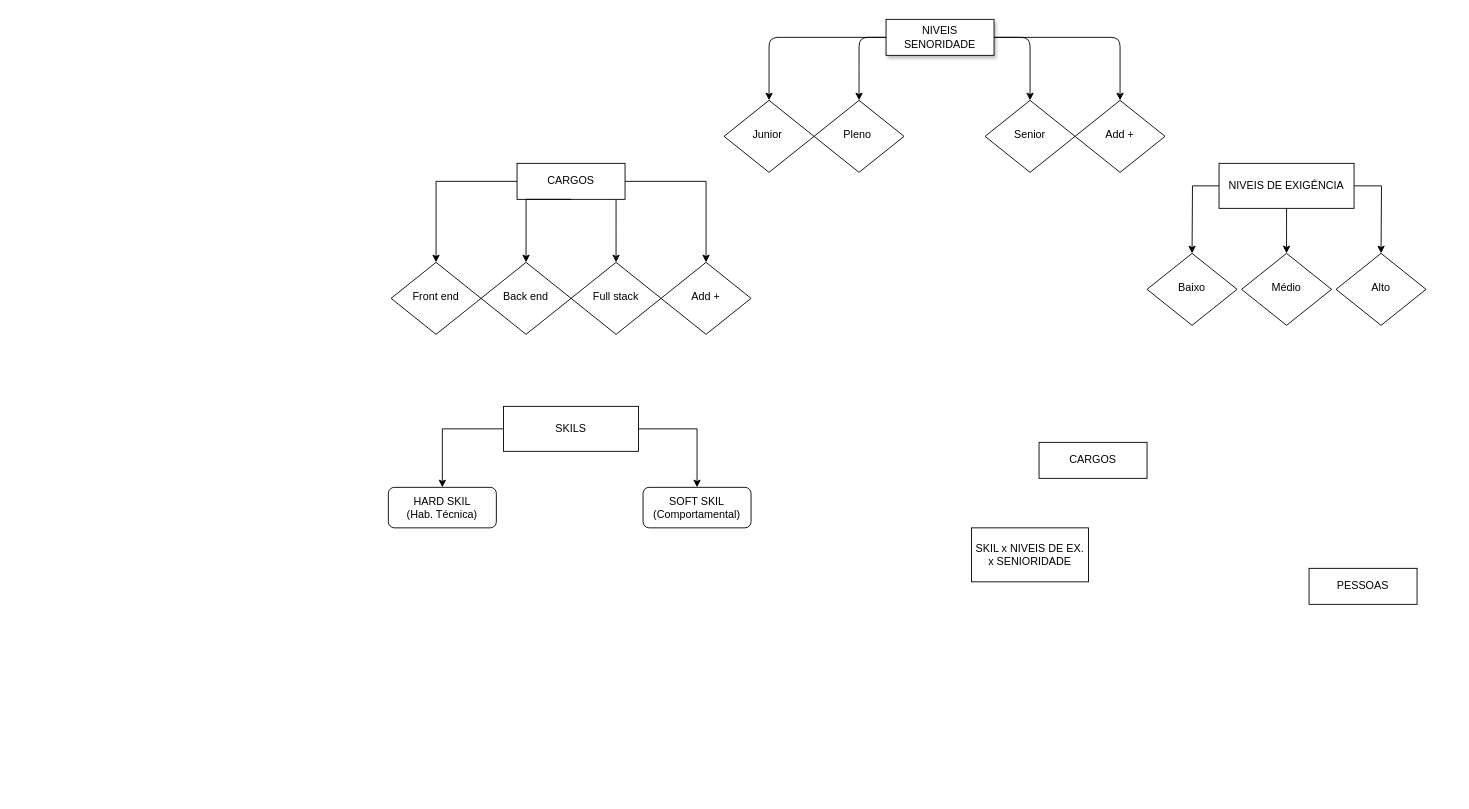
Above: Untitled Diagram.drawio in nat-1501/projeto-site (draw.io), before the change. Source tidied: cells renumbered, new cells numbered last; positions are measured from the earlier drawing's top-left corner, leaving out a move shared by most shapes. Both pictures are drawn from the tidied source at 90%, with x=0, y=0 at pixel (388, 19).
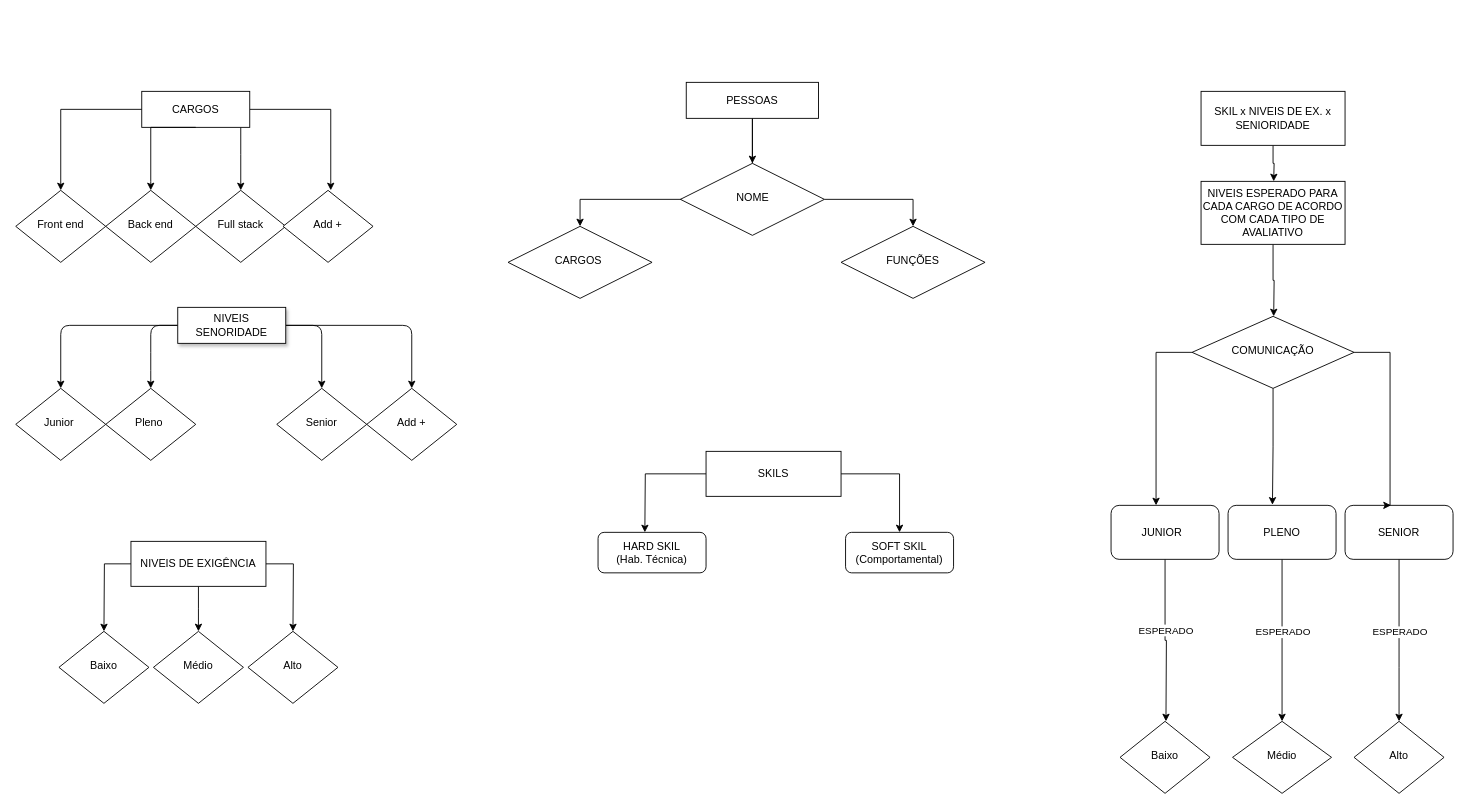
Above is the later version.

Commit message:
Criada todas as ER Diagram.drawio

Diff of the diagram source:
```diff
@@
-    <mxCell id="2" value="CARGOS" style="whiteSpace=wrap;html=1;fontSize=12;glass=0;strokeWidth=1;shadow=0;" parent="1" vertex="1">
-      <mxGeometry x="723" y="470" width="120" height="40" as="geometry" />
-    </mxCell>
     <mxCell id="3" style="edgeStyle=orthogonalEdgeStyle;curved=0;rounded=1;sketch=0;jettySize=auto;html=1;" parent="1" edge="1" source="7" target="17">
       <mxGeometry relative="1" as="geometry">
         <Array as="points">
-          <mxPoint x="423" y="20" />
+          <mxPoint x="-364" y="340" />
         </Array>
       </mxGeometry>
     </mxCell>
     <mxCell id="4" style="edgeStyle=orthogonalEdgeStyle;curved=0;rounded=1;sketch=0;jettySize=auto;html=1;" parent="1" edge="1" source="7" target="18">
       <mxGeometry relative="1" as="geometry">
         <Array as="points">
-          <mxPoint x="523" y="60" />
-          <mxPoint x="523" y="60" />
+          <mxPoint x="-264" y="380" />
+          <mxPoint x="-264" y="380" />
         </Array>
       </mxGeometry>
     </mxCell>
     <mxCell id="5" style="edgeStyle=orthogonalEdgeStyle;curved=0;rounded=1;sketch=0;jettySize=auto;html=1;exitX=1;exitY=0.5;exitDx=0;exitDy=0;entryX=0.5;entryY=0;entryDx=0;entryDy=0;" parent="1" edge="1" source="7" target="19">
       <mxGeometry relative="1" as="geometry">
         <Array as="points">
-          <mxPoint x="713" y="20" />
+          <mxPoint x="-74" y="340" />
         </Array>
       </mxGeometry>
     </mxCell>
@@
     <mxCell id="7" value="NIVEIS SENORIDADE" style="whiteSpace=wrap;html=1;fontSize=12;glass=0;strokeWidth=1;shadow=1;strokeColor=#000000;" parent="1" vertex="1">
-      <mxGeometry x="553" width="120" height="40" as="geometry" />
+      <mxGeometry x="-234" y="320" width="120" height="40" as="geometry" />
     </mxCell>
-    <mxCell id="8" style="edgeStyle=orthogonalEdgeStyle;rounded=0;jettySize=auto;html=1;exitX=0;exitY=0.5;exitDx=0;exitDy=0;entryX=0.5;entryY=0;entryDx=0;entryDy=0;" parent="1" edge="1" source="10" target="32">
-      <mxGeometry relative="1" as="geometry" />
+    <mxCell id="8" style="edgeStyle=orthogonalEdgeStyle;rounded=0;jettySize=auto;html=1;exitX=0;exitY=0.5;exitDx=0;exitDy=0;entryX=0.5;entryY=0;entryDx=0;entryDy=0;" parent="1" edge="1" source="10">
+      <mxGeometry relative="1" as="geometry">
+        <mxPoint x="285" y="570" as="targetPoint" />
+      </mxGeometry>
     </mxCell>
     <mxCell id="9" style="edgeStyle=orthogonalEdgeStyle;rounded=0;jettySize=auto;html=1;exitX=1;exitY=0.5;exitDx=0;exitDy=0;entryX=0.5;entryY=0;entryDx=0;entryDy=0;" parent="1" edge="1" source="10" target="31">
       <mxGeometry relative="1" as="geometry">
         <Array as="points">
-          <mxPoint x="343" y="455" />
+          <mxPoint x="568" y="505" />
         </Array>
       </mxGeometry>
     </mxCell>
     <mxCell id="10" value="SKILS" style="whiteSpace=wrap;html=1;fontSize=12;glass=0;strokeWidth=1;shadow=0;" parent="1" vertex="1">
-      <mxGeometry x="128" y="430" width="150" height="50" as="geometry" />
+      <mxGeometry x="353" y="480" width="150" height="50" as="geometry" />
     </mxCell>
     <mxCell id="11" style="edgeStyle=orthogonalEdgeStyle;rounded=0;jettySize=auto;html=1;exitX=0.5;exitY=1;exitDx=0;exitDy=0;" parent="1" edge="1" source="14">
       <mxGeometry relative="1" as="geometry">
-        <mxPoint x="998" y="260" as="targetPoint" />
+        <mxPoint x="-211" y="680" as="targetPoint" />
       </mxGeometry>
     </mxCell>
     <mxCell id="12" style="edgeStyle=orthogonalEdgeStyle;rounded=0;jettySize=auto;html=1;exitX=0;exitY=0.5;exitDx=0;exitDy=0;" parent="1" edge="1" source="14">
       <mxGeometry relative="1" as="geometry">
-        <mxPoint x="893" y="260" as="targetPoint" />
+        <mxPoint x="-316" y="680" as="targetPoint" />
       </mxGeometry>
     </mxCell>
     <mxCell id="13" style="edgeStyle=orthogonalEdgeStyle;rounded=0;jettySize=auto;html=1;exitX=1;exitY=0.5;exitDx=0;exitDy=0;" parent="1" edge="1" source="14">
       <mxGeometry relative="1" as="geometry">
-        <mxPoint x="1103" y="260" as="targetPoint" />
+        <mxPoint x="-106" y="680" as="targetPoint" />
       </mxGeometry>
     </mxCell>
     <mxCell id="14" value="NIVEIS DE EXIGÊNCIA" style="whiteSpace=wrap;html=1;fontSize=12;glass=0;strokeWidth=1;shadow=0;" parent="1" vertex="1">
-      <mxGeometry x="923" y="160" width="150" height="50" as="geometry" />
+      <mxGeometry x="-286" y="580" width="150" height="50" as="geometry" />
     </mxCell>
+    <mxCell id="36" style="edgeStyle=orthogonalEdgeStyle;rounded=0;jettySize=auto;html=1;entryX=0.5;entryY=0;entryDx=0;entryDy=0;" parent="1" edge="1" source="15" target="2">
+      <mxGeometry relative="1" as="geometry">
+        <Array as="points">
+          <mxPoint x="404" y="200" />
+          <mxPoint x="213" y="200" />
+        </Array>
+      </mxGeometry>
+    </mxCell>
+    <mxCell id="37" style="edgeStyle=orthogonalEdgeStyle;rounded=0;jettySize=auto;html=1;exitX=0.5;exitY=1;exitDx=0;exitDy=0;entryX=0.5;entryY=0;entryDx=0;entryDy=0;" parent="1" edge="1" source="15" target="60">
+      <mxGeometry relative="1" as="geometry" />
+    </mxCell>
     <mxCell id="15" value="PESSOAS" style="whiteSpace=wrap;html=1;fontSize=12;glass=0;strokeWidth=1;shadow=0;" parent="1" vertex="1">
-      <mxGeometry x="1023" y="610" width="120" height="40" as="geometry" />
+      <mxGeometry x="331" y="70" width="147" height="40" as="geometry" />
     </mxCell>
+    <mxCell id="38" style="edgeStyle=orthogonalEdgeStyle;rounded=0;jettySize=auto;html=1;exitX=0.5;exitY=1;exitDx=0;exitDy=0;" parent="1" edge="1" source="16">
+      <mxGeometry relative="1" as="geometry">
+        <mxPoint x="983.7" y="180" as="targetPoint" />
+      </mxGeometry>
+    </mxCell>
     <mxCell id="16" value="SKIL x NIVEIS DE EX. x SENIORIDADE" style="whiteSpace=wrap;html=1;fontSize=12;glass=0;strokeWidth=1;shadow=0;" parent="1" vertex="1">
-      <mxGeometry x="648" y="565" width="130" height="60" as="geometry" />
+      <mxGeometry x="903" y="80" width="160" height="60" as="geometry" />
     </mxCell>
     <mxCell id="17" value="Junior&amp;nbsp;" style="rhombus;whiteSpace=wrap;html=1;shadow=0;fontFamily=Helvetica;fontSize=12;align=center;strokeWidth=1;spacing=6;spacingTop=-4;" parent="1" vertex="1">
-      <mxGeometry x="373" y="90" width="100" height="80" as="geometry" />
+      <mxGeometry x="-414" y="410" width="100" height="80" as="geometry" />
     </mxCell>
     <mxCell id="18" value="Pleno&amp;nbsp;" style="rhombus;whiteSpace=wrap;html=1;shadow=0;fontFamily=Helvetica;fontSize=12;align=center;strokeWidth=1;spacing=6;spacingTop=-4;" parent="1" vertex="1">
-      <mxGeometry x="473" y="90" width="100" height="80" as="geometry" />
+      <mxGeometry x="-314" y="410" width="100" height="80" as="geometry" />
     </mxCell>
     <mxCell id="19" value="Senior" style="rhombus;whiteSpace=wrap;html=1;shadow=0;fontFamily=Helvetica;fontSize=12;align=center;strokeWidth=1;spacing=6;spacingTop=-4;" parent="1" vertex="1">
-      <mxGeometry x="663" y="90" width="100" height="80" as="geometry" />
+      <mxGeometry x="-124" y="410" width="100" height="80" as="geometry" />
     </mxCell>
     <mxCell id="20" value="Add +" style="rhombus;whiteSpace=wrap;html=1;shadow=0;fontFamily=Helvetica;fontSize=12;align=center;strokeWidth=1;spacing=6;spacingTop=-4;" parent="1" vertex="1">
-      <mxGeometry x="763" y="90" width="100" height="80" as="geometry" />
+      <mxGeometry x="-24" y="410" width="100" height="80" as="geometry" />
     </mxCell>
-    <mxCell id="21" style="edgeStyle=orthogonalEdgeStyle;rounded=0;jettySize=auto;html=1;entryX=0.5;entryY=0;entryDx=0;entryDy=0;" parent="1" edge="1" source="23" target="28">
+    <mxCell id="21" style="edgeStyle=orthogonalEdgeStyle;rounded=0;jettySize=auto;html=1;entryX=0.5;entryY=0;entryDx=0;entryDy=0;" parent="1" edge="1" source="23">
       <mxGeometry relative="1" as="geometry">
+        <mxPoint x="-64" y="190" as="targetPoint" />
         <Array as="points">
-          <mxPoint x="353" y="180" />
+          <mxPoint x="-64" y="100" />
         </Array>
       </mxGeometry>
     </mxCell>
     <mxCell id="22" style="edgeStyle=orthogonalEdgeStyle;rounded=0;jettySize=auto;html=1;" parent="1" edge="1" source="23" target="27">
       <mxGeometry relative="1" as="geometry">
         <Array as="points">
-          <mxPoint x="253" y="230" />
-          <mxPoint x="253" y="230" />
+          <mxPoint x="-164" y="150" />
+          <mxPoint x="-164" y="150" />
         </Array>
       </mxGeometry>
     </mxCell>
     <mxCell id="23" value="CARGOS" style="whiteSpace=wrap;html=1;fontSize=12;glass=0;strokeWidth=1;shadow=0;" parent="1" vertex="1">
-      <mxGeometry x="143" y="160" width="120" height="40" as="geometry" />
+      <mxGeometry x="-274" y="80" width="120" height="40" as="geometry" />
     </mxCell>
@@
     <mxCell id="25" value="Front end" style="rhombus;whiteSpace=wrap;html=1;shadow=0;fontFamily=Helvetica;fontSize=12;align=center;strokeWidth=1;spacing=6;spacingTop=-4;" parent="1" vertex="1">
-      <mxGeometry x="3" y="270" width="100" height="80" as="geometry" />
+      <mxGeometry x="-414" y="190" width="100" height="80" as="geometry" />
     </mxCell>
     <mxCell id="26" value="Back end" style="rhombus;whiteSpace=wrap;html=1;shadow=0;fontFamily=Helvetica;fontSize=12;align=center;strokeWidth=1;spacing=6;spacingTop=-4;" parent="1" vertex="1">
-      <mxGeometry x="103" y="270" width="100" height="80" as="geometry" />
+      <mxGeometry x="-314" y="190" width="100" height="80" as="geometry" />
     </mxCell>
     <mxCell id="27" value="Full stack" style="rhombus;whiteSpace=wrap;html=1;shadow=0;fontFamily=Helvetica;fontSize=12;align=center;strokeWidth=1;spacing=6;spacingTop=-4;" parent="1" vertex="1">
-      <mxGeometry x="203" y="270" width="100" height="80" as="geometry" />
+      <mxGeometry x="-214" y="190" width="100" height="80" as="geometry" />
     </mxCell>
     <mxCell id="28" value="Add +" style="rhombus;whiteSpace=wrap;html=1;shadow=0;fontFamily=Helvetica;fontSize=12;align=center;strokeWidth=1;spacing=6;spacingTop=-4;" parent="1" vertex="1">
-      <mxGeometry x="303" y="270" width="100" height="80" as="geometry" />
+      <mxGeometry x="-117" y="190" width="100" height="80" as="geometry" />
     </mxCell>
     <mxCell id="29" style="edgeStyle=orthogonalEdgeStyle;rounded=0;orthogonalLoop=1;jettySize=auto;html=1;" parent="1" edge="1">
       <mxGeometry relative="1" as="geometry">
-        <mxPoint x="203" y="200" as="sourcePoint" />
-        <mxPoint x="153" y="270" as="targetPoint" />
+        <mxPoint x="-214" y="120" as="sourcePoint" />
+        <mxPoint x="-264" y="190" as="targetPoint" />
         <Array as="points">
-          <mxPoint x="153" y="200" />
-          <mxPoint x="153" y="260" />
+          <mxPoint x="-264" y="120" />
+          <mxPoint x="-264" y="180" />
         </Array>
       </mxGeometry>
     </mxCell>
     <mxCell id="30" style="edgeStyle=orthogonalEdgeStyle;rounded=0;jettySize=auto;html=1;exitX=0;exitY=0.5;exitDx=0;exitDy=0;" parent="1" edge="1" source="23">
       <mxGeometry relative="1" as="geometry">
-        <mxPoint x="53" y="270" as="targetPoint" />
+        <mxPoint x="-364" y="190" as="targetPoint" />
         <Array as="points">
-          <mxPoint x="53" y="180" />
+          <mxPoint x="-364" y="100" />
         </Array>
       </mxGeometry>
     </mxCell>
     <mxCell id="31" value="SOFT SKIL&lt;br&gt;(Comportamental)" style="rounded=1;whiteSpace=wrap;html=1;" parent="1" vertex="1">
-      <mxGeometry x="283" y="520" width="120" height="45" as="geometry" />
+      <mxGeometry x="508" y="570" width="120" height="45" as="geometry" />
     </mxCell>
     <mxCell id="32" value="HARD SKIL&lt;br&gt;(Hab. Técnica)" style="rounded=1;whiteSpace=wrap;html=1;" parent="1" vertex="1">
-      <mxGeometry y="520" width="120" height="45" as="geometry" />
+      <mxGeometry x="233" y="570" width="120" height="45" as="geometry" />
     </mxCell>
     <mxCell id="33" value="Baixo" style="rhombus;whiteSpace=wrap;html=1;shadow=0;fontFamily=Helvetica;fontSize=12;align=center;strokeWidth=1;spacing=6;spacingTop=-4;" parent="1" vertex="1">
-      <mxGeometry x="843" y="260" width="100" height="80" as="geometry" />
+      <mxGeometry x="-366" y="680" width="100" height="80" as="geometry" />
     </mxCell>
     <mxCell id="34" value="Alto" style="rhombus;whiteSpace=wrap;html=1;shadow=0;fontFamily=Helvetica;fontSize=12;align=center;strokeWidth=1;spacing=6;spacingTop=-4;" parent="1" vertex="1">
-      <mxGeometry x="1053" y="260" width="100" height="80" as="geometry" />
+      <mxGeometry x="-156" y="680" width="100" height="80" as="geometry" />
     </mxCell>
     <mxCell id="35" value="Médio" style="rhombus;whiteSpace=wrap;html=1;shadow=0;fontFamily=Helvetica;fontSize=12;align=center;strokeWidth=1;spacing=6;spacingTop=-4;" parent="1" vertex="1">
-      <mxGeometry x="948" y="260" width="100" height="80" as="geometry" />
+      <mxGeometry x="-261" y="680" width="100" height="80" as="geometry" />
     </mxCell>
+    <mxCell id="39" style="edgeStyle=orthogonalEdgeStyle;rounded=0;jettySize=auto;html=1;exitX=0.5;exitY=1;exitDx=0;exitDy=0;" parent="1" edge="1" source="40">
+      <mxGeometry relative="1" as="geometry">
+        <mxPoint x="983.7" y="330" as="targetPoint" />
+      </mxGeometry>
+    </mxCell>
+    <mxCell id="40" value="NIVEIS ESPERADO PARA CADA CARGO DE ACORDO COM CADA TIPO DE AVALIATIVO" style="whiteSpace=wrap;html=1;fontSize=12;glass=0;strokeWidth=1;shadow=0;" parent="1" vertex="1">
+      <mxGeometry x="903" y="180" width="160" height="70" as="geometry" />
+    </mxCell>
+    <mxCell id="41" style="edgeStyle=orthogonalEdgeStyle;rounded=0;jettySize=auto;html=1;exitX=0.5;exitY=1;exitDx=0;exitDy=0;" parent="1" edge="1" source="43">
+      <mxGeometry relative="1" as="geometry">
+        <mxPoint x="1123" y="780" as="targetPoint" />
+        <Array as="points">
+          <mxPoint x="1123" y="720" />
+          <mxPoint x="1123" y="720" />
+        </Array>
+      </mxGeometry>
+    </mxCell>
+    <mxCell id="42" value="ESPERADO" style="edgeLabel;html=1;align=center;verticalAlign=middle;" parent="41" vertex="1">
+      <mxGeometry x="0.37" y="6" relative="1" as="geometry">
+        <mxPoint x="-6" y="-43" as="offset" />
+      </mxGeometry>
+    </mxCell>
+    <mxCell id="43" value="SENIOR" style="rounded=1;whiteSpace=wrap;html=1;" parent="1" vertex="1">
+      <mxGeometry x="1063" y="540" width="120" height="60" as="geometry" />
+    </mxCell>
+    <mxCell id="44" style="edgeStyle=orthogonalEdgeStyle;rounded=0;jettySize=auto;html=1;exitX=0.5;exitY=1;exitDx=0;exitDy=0;" parent="1" edge="1" source="46">
+      <mxGeometry relative="1" as="geometry">
+        <mxPoint x="993" y="780" as="targetPoint" />
+        <Array as="points">
+          <mxPoint x="993" y="680" />
+          <mxPoint x="993" y="680" />
+        </Array>
+      </mxGeometry>
+    </mxCell>
+    <mxCell id="45" value="ESPERADO" style="edgeLabel;html=1;align=center;verticalAlign=middle;" parent="44" vertex="1">
+      <mxGeometry x="0.24" y="1" relative="1" as="geometry">
+        <mxPoint x="-1" y="-32" as="offset" />
+      </mxGeometry>
+    </mxCell>
+    <mxCell id="46" value="PLENO" style="rounded=1;whiteSpace=wrap;html=1;" parent="1" vertex="1">
+      <mxGeometry x="933" y="540" width="120" height="60" as="geometry" />
+    </mxCell>
+    <mxCell id="47" style="edgeStyle=orthogonalEdgeStyle;rounded=0;jettySize=auto;html=1;exitX=0.5;exitY=1;exitDx=0;exitDy=0;" parent="1" edge="1" source="49">
+      <mxGeometry relative="1" as="geometry">
+        <mxPoint x="864" y="780" as="targetPoint" />
+      </mxGeometry>
+    </mxCell>
+    <mxCell id="48" value="ESPERADO" style="edgeLabel;html=1;align=center;verticalAlign=middle;" parent="47" vertex="1">
+      <mxGeometry x="0.3" y="-2" relative="1" as="geometry">
+        <mxPoint x="1" y="-38" as="offset" />
+      </mxGeometry>
+    </mxCell>
+    <mxCell id="49" value="JUNIOR&amp;nbsp;&amp;nbsp;" style="rounded=1;whiteSpace=wrap;html=1;" parent="1" vertex="1">
+      <mxGeometry x="803" y="540" width="120" height="60" as="geometry" />
+    </mxCell>
+    <mxCell id="50" style="edgeStyle=orthogonalEdgeStyle;rounded=0;jettySize=auto;html=1;exitX=0;exitY=0.5;exitDx=0;exitDy=0;" parent="1" edge="1" source="53">
+      <mxGeometry relative="1" as="geometry">
+        <mxPoint x="853" y="540" as="targetPoint" />
+        <Array as="points">
+          <mxPoint x="853" y="370" />
+          <mxPoint x="853" y="540" />
+        </Array>
+      </mxGeometry>
+    </mxCell>
+    <mxCell id="51" style="edgeStyle=orthogonalEdgeStyle;rounded=0;jettySize=auto;html=1;exitX=0.5;exitY=1;exitDx=0;exitDy=0;entryX=0.411;entryY=-0.011;entryDx=0;entryDy=0;entryPerimeter=0;" parent="1" edge="1" source="53" target="46">
+      <mxGeometry relative="1" as="geometry" />
+    </mxCell>
+    <mxCell id="52" style="edgeStyle=orthogonalEdgeStyle;rounded=0;jettySize=auto;html=1;exitX=1;exitY=0.5;exitDx=0;exitDy=0;" parent="1" edge="1" source="53">
+      <mxGeometry relative="1" as="geometry">
+        <mxPoint x="1114" y="540" as="targetPoint" />
+        <Array as="points">
+          <mxPoint x="1113" y="370" />
+          <mxPoint x="1113" y="540" />
+          <mxPoint x="1114" y="540" />
+        </Array>
+      </mxGeometry>
+    </mxCell>
+    <mxCell id="53" value="COMUNICAÇÃO" style="rhombus;whiteSpace=wrap;html=1;shadow=0;fontFamily=Helvetica;fontSize=12;align=center;strokeWidth=1;spacing=6;spacingTop=-4;" parent="1" vertex="1">
+      <mxGeometry x="893" y="330" width="180" height="80" as="geometry" />
+    </mxCell>
+    <mxCell id="54" style="edgeStyle=orthogonalEdgeStyle;rounded=0;orthogonalLoop=1;jettySize=auto;html=1;exitX=0.5;exitY=1;exitDx=0;exitDy=0;" parent="1" edge="1" source="46" target="46">
+      <mxGeometry relative="1" as="geometry" />
+    </mxCell>
+    <mxCell id="55" value="Baixo" style="rhombus;whiteSpace=wrap;html=1;shadow=0;fontFamily=Helvetica;fontSize=12;align=center;strokeWidth=1;spacing=6;spacingTop=-4;" parent="1" vertex="1">
+      <mxGeometry x="813" y="780" width="100" height="80" as="geometry" />
+    </mxCell>
+    <mxCell id="56" value="Médio" style="rhombus;whiteSpace=wrap;html=1;shadow=0;fontFamily=Helvetica;fontSize=12;align=center;strokeWidth=1;spacing=6;spacingTop=-4;" parent="1" vertex="1">
+      <mxGeometry x="938" y="780" width="110" height="80" as="geometry" />
+    </mxCell>
+    <mxCell id="57" value="Alto" style="rhombus;whiteSpace=wrap;html=1;shadow=0;fontFamily=Helvetica;fontSize=12;align=center;strokeWidth=1;spacing=6;spacingTop=-4;" parent="1" vertex="1">
+      <mxGeometry x="1073" y="780" width="100" height="80" as="geometry" />
+    </mxCell>
+    <mxCell id="2" value="CARGOS&amp;nbsp;" style="rhombus;whiteSpace=wrap;html=1;shadow=0;fontFamily=Helvetica;fontSize=12;align=center;strokeWidth=1;spacing=6;spacingTop=-4;" parent="1" vertex="1">
+      <mxGeometry x="133" y="230" width="160" height="80" as="geometry" />
+    </mxCell>
+    <mxCell id="58" value="FUNÇÕES" style="rhombus;whiteSpace=wrap;html=1;shadow=0;fontFamily=Helvetica;fontSize=12;align=center;strokeWidth=1;spacing=6;spacingTop=-4;" parent="1" vertex="1">
+      <mxGeometry x="503" y="230" width="160" height="80" as="geometry" />
+    </mxCell>
+    <mxCell id="59" style="edgeStyle=orthogonalEdgeStyle;rounded=0;jettySize=auto;html=1;exitX=1;exitY=0.5;exitDx=0;exitDy=0;entryX=0.5;entryY=0;entryDx=0;entryDy=0;" parent="1" edge="1" source="60" target="58">
+      <mxGeometry relative="1" as="geometry" />
+    </mxCell>
+    <mxCell id="60" value="NOME" style="rhombus;whiteSpace=wrap;html=1;shadow=0;fontFamily=Helvetica;fontSize=12;align=center;strokeWidth=1;spacing=6;spacingTop=-4;" parent="1" vertex="1">
+      <mxGeometry x="324.5" y="160" width="160" height="80" as="geometry" />
+    </mxCell>
```
